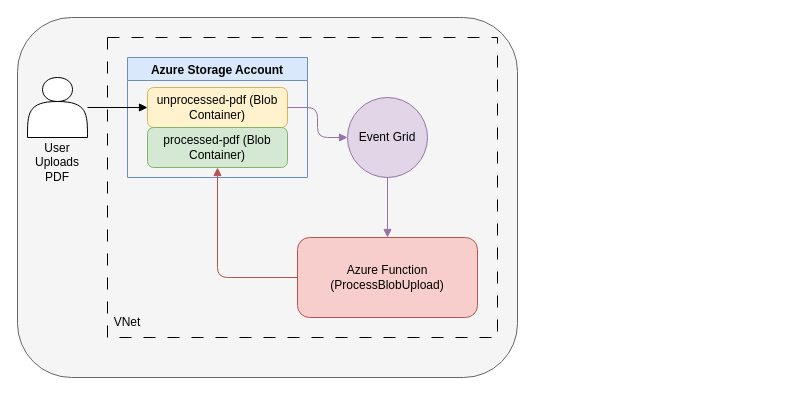
The draw.io diagram img/architecture.drawio in Azure-Samples/functions-quickstart-dotnet-azd-eventgrid-blob, before the edit. Source tidied: cells renumbered, new cells numbered last; positions are measured from the earlier drawing's top-left corner, leaving out a move shared by most shapes. Both pictures are drawn from the tidied source at 100%, with x=0, y=0 at pixel (17, 17).
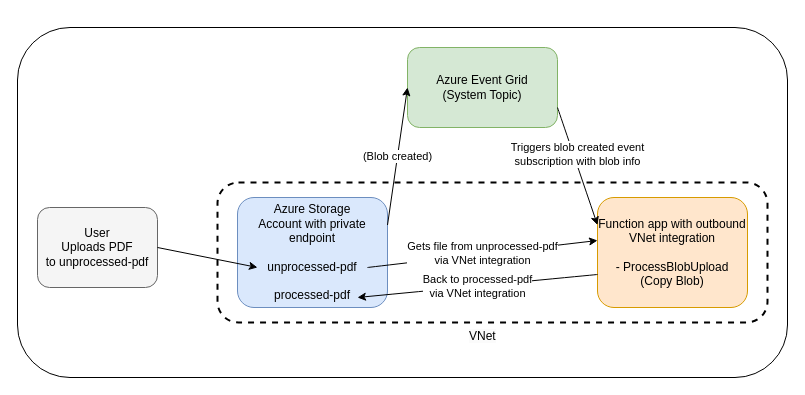
The same page after the edit.

Commit message (it also covers changes not shown here):
Updating architecture diagram (#12)

* Using SDK type binding on the trigger

* Updating readme

* Updating packages and checking if file already exists on destination.

* Adding devcontainer

* Removing vscode files

* Removing UserSecretsId

* Removing App Insights output

* Updating architecture diagram

* Small readme update

Change to the diagram source:
```diff
@@
 <mxGraphModel>
   <root>
     <mxCell id="0" />
     <mxCell id="1" parent="0" />
-    <mxCell id="2" style="whiteSpace=wrap;html=1;rounded=1;fillColor=#f5f5f5;strokeColor=#666666;fontColor=#333333;" parent="1" vertex="1">
-      <mxGeometry width="500" height="360" as="geometry" />
+    <mxCell id="2" style="rounded=1;whiteSpace=wrap;html=1;" parent="1" vertex="1">
+      <mxGeometry y="10" width="770" height="350" as="geometry" />
     </mxCell>
-    <mxCell id="3" value="Azure Storage Account" style="swimlane;fillColor=#dae8fc;strokeColor=#6c8ebf;" parent="1" vertex="1">
-      <mxGeometry x="110" y="40" width="180" height="120" as="geometry" />
+    <mxCell id="3" value="User&lt;br&gt;Uploads PDF&lt;br&gt;to unprocessed-pdf" style="rounded=1;whiteSpace=wrap;html=1;fillColor=#f5f5f5;strokeColor=#666666;" parent="1" vertex="1">
+      <mxGeometry x="20" y="190" width="120" height="80" as="geometry" />
     </mxCell>
-    <mxCell id="4" value="unprocessed-pdf (Blob Container)" style="rounded=1;whiteSpace=wrap;html=1;fillColor=#fff2cc;strokeColor=#d6b656;" parent="3" vertex="1">
-      <mxGeometry x="20" y="30" width="140" height="40" as="geometry" />
+    <mxCell id="4" value="Azure Storage&lt;br&gt;Account with private endpoint&lt;div&gt;&lt;font color=&quot;#000000&quot;&gt;&lt;br&gt;&lt;/font&gt;unprocessed-pdf&lt;/div&gt;&lt;div&gt;&lt;br&gt;processed-pdf&lt;/div&gt;" style="rounded=1;whiteSpace=wrap;html=1;fillColor=#dae8fc;strokeColor=#6c8ebf;" parent="1" vertex="1">
+      <mxGeometry x="220" y="180" width="150" height="110" as="geometry" />
     </mxCell>
-    <mxCell id="5" value="processed-pdf (Blob Container)" style="rounded=1;whiteSpace=wrap;html=1;fillColor=#d5e8d4;strokeColor=#82b366;" parent="3" vertex="1">
-      <mxGeometry x="20" y="70" width="140" height="40" as="geometry" />
+    <mxCell id="5" value="Azure Event Grid&lt;br&gt;(System Topic)" style="rounded=1;whiteSpace=wrap;html=1;fillColor=#d5e8d4;strokeColor=#82b366;" parent="1" vertex="1">
+      <mxGeometry x="390" y="30" width="150" height="80" as="geometry" />
     </mxCell>
-    <mxCell id="6" value="Event Grid" style="ellipse;whiteSpace=wrap;html=1;fillColor=#e1d5e7;strokeColor=#9673a6;" parent="1" vertex="1">
-      <mxGeometry x="330" y="80" width="80" height="80" as="geometry" />
+    <mxCell id="6" value="Function app with outbound VNet integration&lt;div&gt;&lt;font color=&quot;#000000&quot;&gt;&lt;br&gt;&lt;/font&gt;- ProcessBlobUpload&lt;br&gt;(Copy Blob)&lt;/div&gt;" style="rounded=1;whiteSpace=wrap;html=1;fillColor=#ffe6cc;strokeColor=#d79b00;" parent="1" vertex="1">
+      <mxGeometry x="580" y="180" width="150" height="110" as="geometry" />
     </mxCell>
-    <mxCell id="7" value="Azure Function (ProcessBlobUpload)" style="rounded=1;whiteSpace=wrap;html=1;fillColor=#f8cecc;strokeColor=#b85450;" parent="1" vertex="1">
-      <mxGeometry x="280" y="220" width="180" height="80" as="geometry" />
+    <mxCell id="7" style="rounded=1;whiteSpace=wrap;html=1;dashed=1;dashPattern=3 3;fillColor=none;strokeColor=#000000;strokeWidth=2;" parent="1" vertex="1">
+      <mxGeometry x="200" y="165" width="550" height="140" as="geometry" />
     </mxCell>
-    <mxCell id="8" style="edgeStyle=orthogonalEdgeStyle;endArrow=block;html=1;strokeColor=#9673a6;" parent="1" edge="1" source="4" target="6">
-      <mxGeometry relative="1" as="geometry" />
-    </mxCell>
-    <mxCell id="9" style="edgeStyle=orthogonalEdgeStyle;endArrow=block;html=1;strokeColor=#9673a6;" parent="1" edge="1" source="6" target="7">
+    <mxCell id="9" value="(Blob created)" style="endArrow=classic;html=1;entryX=0;entryY=0.5;exitX=1;exitY=0.25;" parent="1" edge="1" source="4" target="5">
       <mxGeometry relative="1" as="geometry" />
     </mxCell>
-    <mxCell id="10" style="edgeStyle=orthogonalEdgeStyle;endArrow=block;html=1;strokeColor=#b85450;" parent="1" edge="1" source="7" target="5">
-      <mxGeometry relative="1" as="geometry" />
+    <mxCell id="10" value="Triggers blob created event&lt;br&gt;subscription with blob info" style="endArrow=classic;html=1;entryX=0;entryY=0.25;exitX=1;exitY=0.75;curved=1;" parent="1" edge="1" source="5" target="6">
+      <mxGeometry x="-0.18" y="4" relative="1" as="geometry" />
     </mxCell>
-    <mxCell id="11" style="shape=actor;whiteSpace=wrap;html=1;fillColor=#fff;strokeColor=#000;" parent="1" vertex="1">
-      <mxGeometry x="10" y="60" width="60" height="60" as="geometry" />
+    <mxCell id="11" value="Back to processed-pdf&lt;div&gt;via VNet integration&lt;/div&gt;" style="endArrow=classic;html=1;entryX=0.8;entryY=0.909;exitX=0;exitY=0.5;curved=1;entryDx=0;entryDy=0;entryPerimeter=0;" parent="1" edge="1" target="4">
+      <mxGeometry relative="1" as="geometry">
+        <mxPoint x="580" y="257" as="sourcePoint" />
+      </mxGeometry>
     </mxCell>
-    <mxCell id="12" style="edgeStyle=orthogonalEdgeStyle;endArrow=block;html=1;strokeColor=#000;" parent="1" edge="1" source="11" target="4">
-      <mxGeometry relative="1" as="geometry" />
-    </mxCell>
-    <mxCell id="13" style="whiteSpace=wrap;html=1;fillColor=none;dashed=1;dashPattern=12 12;" parent="1" vertex="1">
-      <mxGeometry x="90" y="20" width="390" height="300" as="geometry" />
+    <mxCell id="13" value="&lt;span style=&quot;color: rgb(0, 0, 0); font-family: Helvetica; font-size: 12px; font-style: normal; font-variant-ligatures: normal; font-variant-caps: normal; font-weight: 400; letter-spacing: normal; orphans: 2; text-align: center; text-indent: 0px; text-transform: none; widows: 2; word-spacing: 0px; -webkit-text-stroke-width: 0px; white-space: normal; background-color: rgb(251, 251, 251); text-decoration-thickness: initial; text-decoration-style: initial; text-decoration-color: initial; float: none; display: inline !important;&quot;&gt;VNet&lt;/span&gt;" style="text;whiteSpace=wrap;html=1;" parent="1" vertex="1">
+      <mxGeometry x="450" y="305" width="30" height="30" as="geometry" />
     </mxCell>
-    <mxCell id="14" value="&lt;span style=&quot;color: rgb(0, 0, 0);&quot;&gt;User Uploads PDF&lt;/span&gt;" style="text;strokeColor=none;align=center;fillColor=none;html=1;verticalAlign=middle;whiteSpace=wrap;rounded=0;" parent="1" vertex="1">
-      <mxGeometry x="10" y="130" width="60" height="30" as="geometry" />
+    <mxCell id="14" value="Gets file from unprocessed-pdf&lt;div&gt;via VNet integration&lt;/div&gt;" style="endArrow=classic;html=1;entryX=0.691;entryY=0.357;curved=1;entryDx=0;entryDy=0;entryPerimeter=0;" parent="1" edge="1">
+      <mxGeometry relative="1" as="geometry">
+        <mxPoint x="350" y="250" as="sourcePoint" />
+        <mxPoint x="580" y="223" as="targetPoint" />
+      </mxGeometry>
     </mxCell>
-    <mxCell id="15" value="&lt;span style=&quot;color: rgb(0, 0, 0);&quot;&gt;VNet&lt;/span&gt;" style="text;strokeColor=none;align=center;fillColor=none;html=1;verticalAlign=middle;whiteSpace=wrap;rounded=0;" parent="1" vertex="1">
-      <mxGeometry x="80" y="290" width="60" height="30" as="geometry" />
+    <mxCell id="15" style="edgeStyle=none;html=1;exitX=1;exitY=0.5;exitDx=0;exitDy=0;entryX=0.133;entryY=0.636;entryDx=0;entryDy=0;entryPerimeter=0;" parent="1" edge="1" source="3" target="4">
+      <mxGeometry relative="1" as="geometry" />
     </mxCell>
   </root>
 </mxGraphModel>
```
